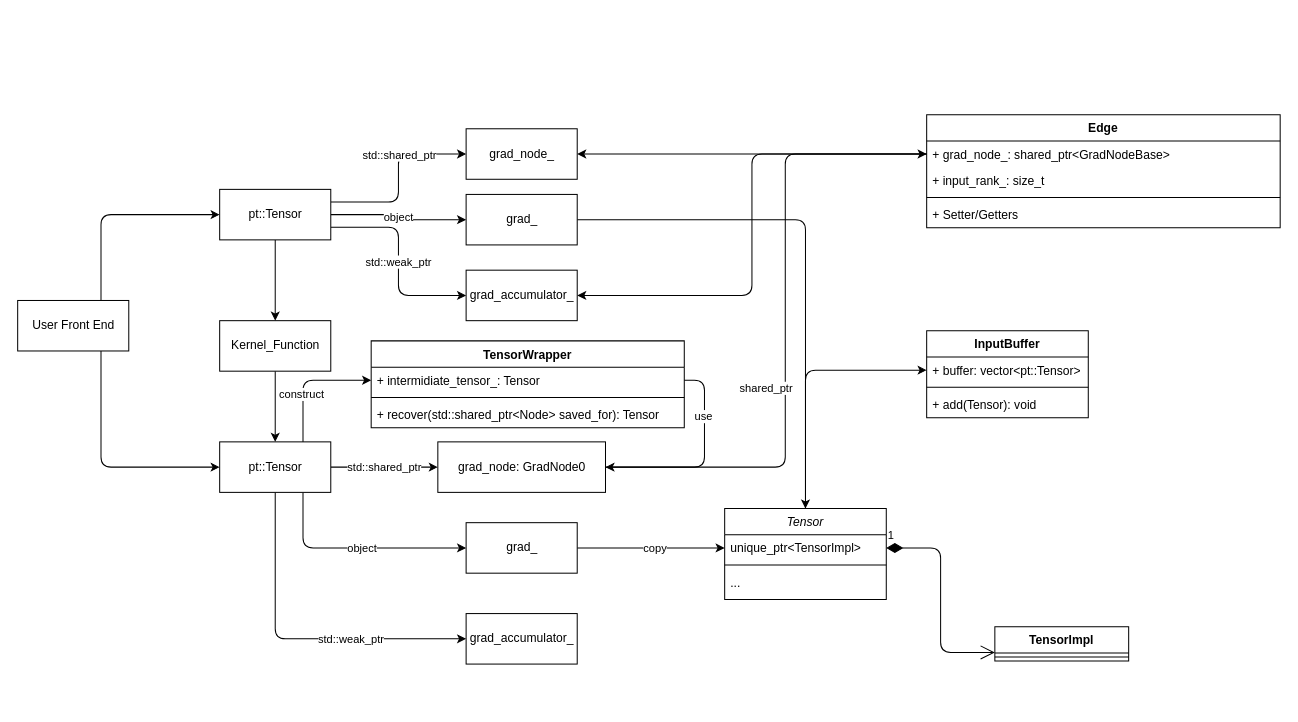
This is DygraphDepends.drawio from JiabinYang/Doc, a draw.io file, before an edit. Source tidied: cells renumbered, new cells numbered last; positions are measured from the earlier drawing's top-left corner, leaving out a move shared by most shapes. Both pictures are drawn from the tidied source at 101%, with x=0, y=0 at pixel (17, 114).
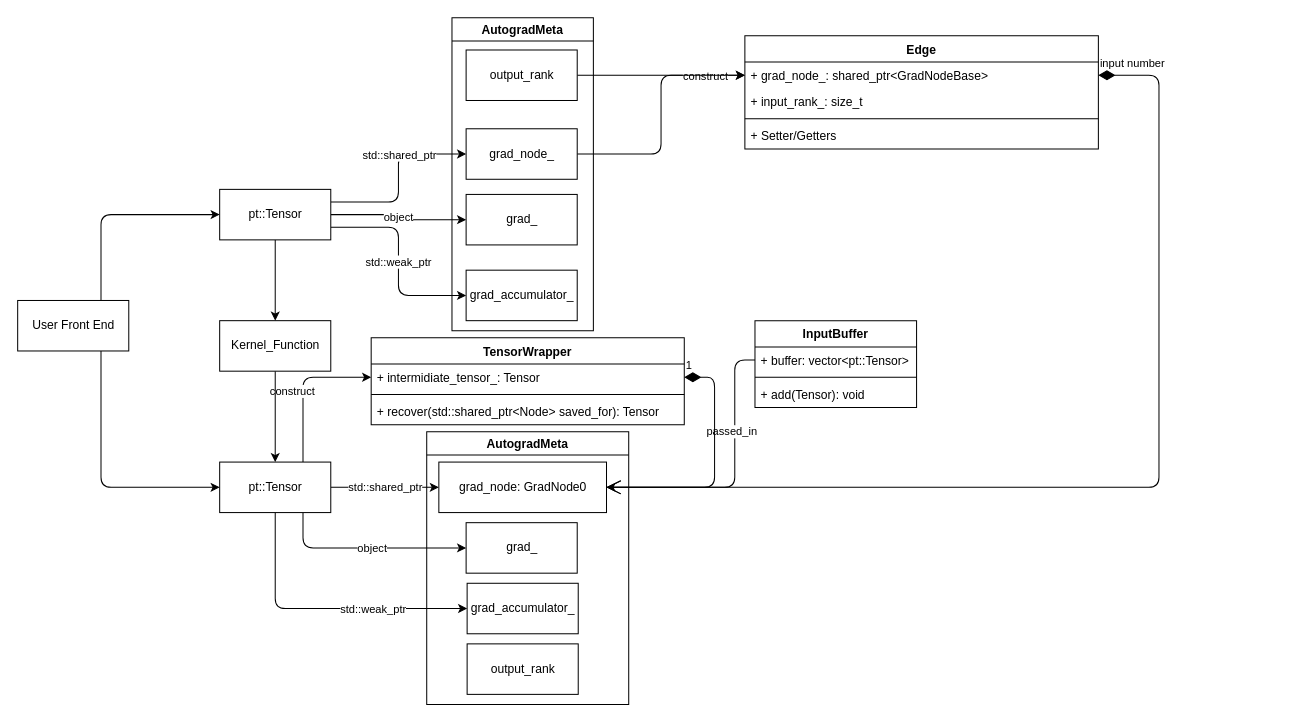
The same page after the edit.

Unchanged cells that the change refers to:
```xml
<mxCell id="15" value="grad_" style="html=1;" parent="1" vertex="1">
  <mxGeometry x="444" y="404" width="110" height="50" as="geometry" />
</mxCell>
<mxCell id="25" value="grad_accumulator_" style="html=1;" parent="1" vertex="1">
  <mxGeometry x="444" y="154" width="110" height="50" as="geometry" />
</mxCell>
<mxCell id="27" value="grad_" style="html=1;" parent="1" vertex="1">
  <mxGeometry x="444" y="79" width="110" height="50" as="geometry" />
</mxCell>
<mxCell id="42" value="+ intermidiate_tensor_: Tensor" style="text;strokeColor=none;fillColor=none;align=left;verticalAlign=top;spacingLeft=4;spacingRight=4;overflow=hidden;points=[[0,0.5],[1,0.5]];portConstraint=eastwest;" parent="41" vertex="1">
  <mxGeometry y="26" width="310" height="26" as="geometry" />
</mxCell>
<mxCell id="47" value="grad_node_" style="html=1;" parent="1" vertex="1">
  <mxGeometry x="444" y="14" width="110" height="50" as="geometry" />
</mxCell>
<mxCell id="49" value="+ grad_node_: shared_ptr&lt;GradNodeBase&gt;" style="text;strokeColor=none;fillColor=none;align=left;verticalAlign=top;spacingLeft=4;spacingRight=4;overflow=hidden;points=[[0,0.5],[1,0.5]];portConstraint=eastwest;" parent="48" vertex="1">
  <mxGeometry y="26" width="350" height="26" as="geometry" />
</mxCell>
<mxCell id="54" value="+ buffer: vector&lt;pt::Tensor&gt;" style="text;strokeColor=none;fillColor=none;align=left;verticalAlign=top;spacingLeft=4;spacingRight=4;overflow=hidden;points=[[0,0.5],[1,0.5]];portConstraint=eastwest;" parent="53" vertex="1">
  <mxGeometry y="26" width="160" height="26" as="geometry" />
</mxCell>
```

Change to the diagram source:
```diff
@@
     <mxCell id="9" value="pt::Tensor" style="html=1;" parent="1" vertex="1">
-      <mxGeometry x="200" y="324" width="110" height="50" as="geometry" />
+      <mxGeometry x="200" y="344" width="110" height="50" as="geometry" />
     </mxCell>
-    <mxCell id="10" style="edgeStyle=orthogonalEdgeStyle;jettySize=auto;html=1;exitX=1;exitY=0.5;exitDx=0;exitDy=0;entryX=0;entryY=0.5;entryDx=0;entryDy=0;" parent="1" edge="1" source="12" target="49">
-      <mxGeometry relative="1" as="geometry">
-        <Array as="points">
-          <mxPoint x="760" y="349" />
-          <mxPoint x="760" y="39" />
-        </Array>
-      </mxGeometry>
-    </mxCell>
-    <mxCell id="11" value="shared_ptr" style="edgeLabel;html=1;align=center;verticalAlign=middle;" parent="10" vertex="1">
-      <mxGeometry x="-0.18" y="21" relative="1" as="geometry">
-        <mxPoint x="1" as="offset" />
-      </mxGeometry>
-    </mxCell>
-    <mxCell id="12" value="grad_node: GradNode0" style="html=1;" parent="1" vertex="1">
-      <mxGeometry x="416" y="324" width="166" height="50" as="geometry" />
-    </mxCell>
-    <mxCell id="13" style="edgeStyle=orthogonalEdgeStyle;jettySize=auto;html=1;exitX=1;exitY=0.5;exitDx=0;exitDy=0;entryX=0;entryY=0.5;entryDx=0;entryDy=0;" parent="1" edge="1" source="15" target="30">
-      <mxGeometry relative="1" as="geometry" />
-    </mxCell>
-    <mxCell id="14" value="copy" style="edgeLabel;html=1;align=center;verticalAlign=middle;" parent="13" vertex="1">
-      <mxGeometry x="-0.22" y="-8" relative="1" as="geometry">
-        <mxPoint x="19" y="-8" as="offset" />
-      </mxGeometry>
-    </mxCell>
@@
-    <mxCell id="16" style="edgeStyle=orthogonalEdgeStyle;jettySize=auto;html=1;exitX=0;exitY=0.5;exitDx=0;exitDy=0;entryX=1;entryY=0.5;entryDx=0;entryDy=0;" parent="1" edge="1" source="49" target="47">
-      <mxGeometry relative="1" as="geometry" />
-    </mxCell>
-    <mxCell id="17" style="edgeStyle=orthogonalEdgeStyle;jettySize=auto;html=1;exitX=0;exitY=0.5;exitDx=0;exitDy=0;entryX=1;entryY=0.5;entryDx=0;entryDy=0;" parent="1" edge="1" source="49" target="25">
-      <mxGeometry relative="1" as="geometry" />
-    </mxCell>
-    <mxCell id="18" value="grad_accumulator_" style="html=1;" parent="1" vertex="1">
-      <mxGeometry x="444" y="494" width="110" height="50" as="geometry" />
-    </mxCell>
@@
-    <mxCell id="26" style="edgeStyle=orthogonalEdgeStyle;curved=0;rounded=1;jettySize=auto;html=1;exitX=1;exitY=0.5;exitDx=0;exitDy=0;entryX=0.5;entryY=0;entryDx=0;entryDy=0;" parent="1" edge="1" source="27" target="29">
-      <mxGeometry relative="1" as="geometry" />
-    </mxCell>
@@
-    <mxCell id="28" style="edgeStyle=orthogonalEdgeStyle;curved=0;rounded=1;jettySize=auto;html=1;exitX=0.5;exitY=0;exitDx=0;exitDy=0;entryX=0;entryY=0.5;entryDx=0;entryDy=0;" parent="1" edge="1" source="29" target="54">
-      <mxGeometry relative="1" as="geometry" />
-    </mxCell>
-    <mxCell id="29" value="Tensor" style="swimlane;fontStyle=2;align=center;verticalAlign=top;horizontal=1;startSize=26;shadow=0;strokeWidth=1;" parent="1" vertex="1">
-      <mxGeometry x="700" y="390" width="160" height="90" as="geometry" />
-    </mxCell>
-    <mxCell id="30" value="unique_ptr&lt;TensorImpl&gt;" style="text;align=left;verticalAlign=top;spacingLeft=4;spacingRight=4;overflow=hidden;points=[[0,0.5],[1,0.5]];portConstraint=eastwest;shadow=0;html=0;" parent="29" vertex="1">
-      <mxGeometry y="26" width="160" height="26" as="geometry" />
-    </mxCell>
-    <mxCell id="31" style="line;html=1;strokeWidth=1;align=left;verticalAlign=middle;spacingTop=-1;spacingLeft=3;spacingRight=3;labelPosition=right;" parent="29" vertex="1">
-      <mxGeometry y="52" width="160" height="8" as="geometry" />
-    </mxCell>
-    <mxCell id="32" value="..." style="text;align=left;verticalAlign=top;spacingLeft=4;spacingRight=4;overflow=hidden;" parent="29" vertex="1">
-      <mxGeometry y="60" width="160" height="26" as="geometry" />
-    </mxCell>
-    <mxCell id="33" value="1" style="endArrow=open;html=1;endSize=12;startArrow=diamondThin;startSize=14;startFill=1;edgeStyle=orthogonalEdgeStyle;align=left;verticalAlign=bottom;entryX=0;entryY=0.75;entryDx=0;entryDy=0;exitX=1;exitY=0.5;exitDx=0;exitDy=0;" parent="1" edge="1" source="30" target="39">
-      <mxGeometry x="-1" y="3" relative="1" as="geometry" />
-    </mxCell>
@@
-    <mxCell id="39" value="TensorImpl" style="swimlane;fontStyle=1;align=center;verticalAlign=top;horizontal=1;startSize=26;" parent="1" vertex="1">
-      <mxGeometry x="967.5" y="507" width="132.5" height="34" as="geometry" />
-    </mxCell>
-    <mxCell id="40" style="line;strokeWidth=1;fillColor=none;align=left;verticalAlign=middle;spacingTop=-1;spacingLeft=3;spacingRight=3;labelPosition=right;" parent="39" vertex="1">
-      <mxGeometry y="26" width="132.5" height="8" as="geometry" />
-    </mxCell>
     <mxCell id="41" value="TensorWrapper" style="swimlane;fontStyle=1;align=center;verticalAlign=top;horizontal=1;startSize=26;" parent="1" vertex="1">
-      <mxGeometry x="350" y="224" width="310" height="86" as="geometry" />
+      <mxGeometry x="350" y="221" width="310" height="86" as="geometry" />
     </mxCell>
@@
-    <mxCell id="45" style="edgeStyle=orthogonalEdgeStyle;jettySize=auto;html=1;exitX=1;exitY=0.5;exitDx=0;exitDy=0;entryX=1;entryY=0.5;entryDx=0;entryDy=0;" parent="1" edge="1" source="42" target="12">
-      <mxGeometry relative="1" as="geometry" />
-    </mxCell>
-    <mxCell id="46" value="use" style="edgeLabel;html=1;align=center;verticalAlign=middle;" parent="45" vertex="1">
-      <mxGeometry x="-0.45" y="-2" relative="1" as="geometry">
-        <mxPoint y="-1" as="offset" />
-      </mxGeometry>
-    </mxCell>
+    <mxCell id="57" style="edgeStyle=orthogonalEdgeStyle;curved=0;rounded=1;jettySize=auto;html=1;exitX=1;exitY=0.5;exitDx=0;exitDy=0;entryX=0;entryY=0.5;entryDx=0;entryDy=0;" parent="1" edge="1" source="47" target="49">
+      <mxGeometry relative="1" as="geometry" />
+    </mxCell>
+    <mxCell id="58" value="construct" style="edgeLabel;html=1;align=center;verticalAlign=middle;" parent="57" vertex="1">
+      <mxGeometry x="0.47" y="2" relative="1" as="geometry">
+        <mxPoint x="25" y="2" as="offset" />
+      </mxGeometry>
+    </mxCell>
@@
     <mxCell id="48" value="Edge" style="swimlane;fontStyle=1;align=center;verticalAlign=top;horizontal=1;startSize=26;" parent="1" vertex="1">
-      <mxGeometry x="900" width="350" height="112" as="geometry" />
+      <mxGeometry x="720" y="-78" width="350" height="112" as="geometry" />
     </mxCell>
@@
     <mxCell id="53" value="InputBuffer" style="swimlane;fontStyle=1;align=center;verticalAlign=top;horizontal=1;startSize=26;rounded=0;" parent="1" vertex="1">
-      <mxGeometry x="900" y="214" width="160" height="86" as="geometry" />
+      <mxGeometry x="730" y="204" width="160" height="86" as="geometry" />
     </mxCell>
@@
+    <mxCell id="59" style="edgeStyle=orthogonalEdgeStyle;curved=0;rounded=1;jettySize=auto;html=1;exitX=0;exitY=0.5;exitDx=0;exitDy=0;entryX=1;entryY=0.5;entryDx=0;entryDy=0;" parent="1" edge="1" source="54" target="12">
+      <mxGeometry relative="1" as="geometry">
+        <Array as="points">
+          <mxPoint x="710" y="243" />
+          <mxPoint x="710" y="369" />
+        </Array>
+      </mxGeometry>
+    </mxCell>
+    <mxCell id="60" value="passed_in" style="edgeLabel;html=1;align=center;verticalAlign=middle;" parent="59" vertex="1">
+      <mxGeometry x="-0.34" y="-4" relative="1" as="geometry" />
+    </mxCell>
+    <mxCell id="33" value="1" style="endArrow=open;html=1;endSize=12;startArrow=diamondThin;startSize=14;startFill=1;edgeStyle=orthogonalEdgeStyle;align=left;verticalAlign=bottom;entryX=1;entryY=0.5;entryDx=0;entryDy=0;exitX=1;exitY=0.5;exitDx=0;exitDy=0;" parent="1" edge="1" source="42" target="12">
+      <mxGeometry x="-1" y="3" relative="1" as="geometry">
+        <Array as="points">
+          <mxPoint x="690" y="260" />
+          <mxPoint x="690" y="369" />
+        </Array>
+      </mxGeometry>
+    </mxCell>
+    <mxCell id="61" style="edgeStyle=orthogonalEdgeStyle;curved=0;rounded=1;jettySize=auto;html=1;exitX=1;exitY=0.5;exitDx=0;exitDy=0;entryX=0;entryY=0.5;entryDx=0;entryDy=0;" parent="1" edge="1" source="62" target="49">
+      <mxGeometry relative="1" as="geometry">
+        <Array as="points">
+          <mxPoint x="680" y="-39" />
+          <mxPoint x="680" y="-39" />
+        </Array>
+      </mxGeometry>
+    </mxCell>
+    <mxCell id="62" value="output_rank" style="html=1;rounded=0;" parent="1" vertex="1">
+      <mxGeometry x="444" y="-64" width="110" height="50" as="geometry" />
+    </mxCell>
+    <mxCell id="63" value="AutogradMeta" style="swimlane;rounded=0;" parent="1" vertex="1">
+      <mxGeometry x="430" y="-96" width="140" height="310" as="geometry" />
+    </mxCell>
+    <mxCell id="64" value="AutogradMeta" style="swimlane;rounded=0;" parent="1" vertex="1">
+      <mxGeometry x="405" y="314" width="200" height="270" as="geometry" />
+    </mxCell>
+    <mxCell id="12" value="grad_node: GradNode0" style="html=1;" parent="64" vertex="1">
+      <mxGeometry x="12" y="30" width="166" height="50" as="geometry" />
+    </mxCell>
+    <mxCell id="18" value="grad_accumulator_" style="html=1;" parent="64" vertex="1">
+      <mxGeometry x="40" y="150" width="110" height="50" as="geometry" />
+    </mxCell>
+    <mxCell id="65" value="output_rank" style="html=1;rounded=0;" parent="64" vertex="1">
+      <mxGeometry x="40" y="210" width="110" height="50" as="geometry" />
+    </mxCell>
+    <mxCell id="66" value="input number" style="endArrow=open;html=1;endSize=12;startArrow=diamondThin;startSize=14;startFill=1;edgeStyle=orthogonalEdgeStyle;align=left;verticalAlign=bottom;exitX=1;exitY=0.5;exitDx=0;exitDy=0;entryX=1;entryY=0.5;entryDx=0;entryDy=0;" parent="1" edge="1" source="49" target="12">
+      <mxGeometry x="-1" y="3" relative="1" as="geometry">
+        <Array as="points">
+          <mxPoint x="1130" y="-39" />
+          <mxPoint x="1130" y="369" />
+        </Array>
+      </mxGeometry>
+    </mxCell>
```
